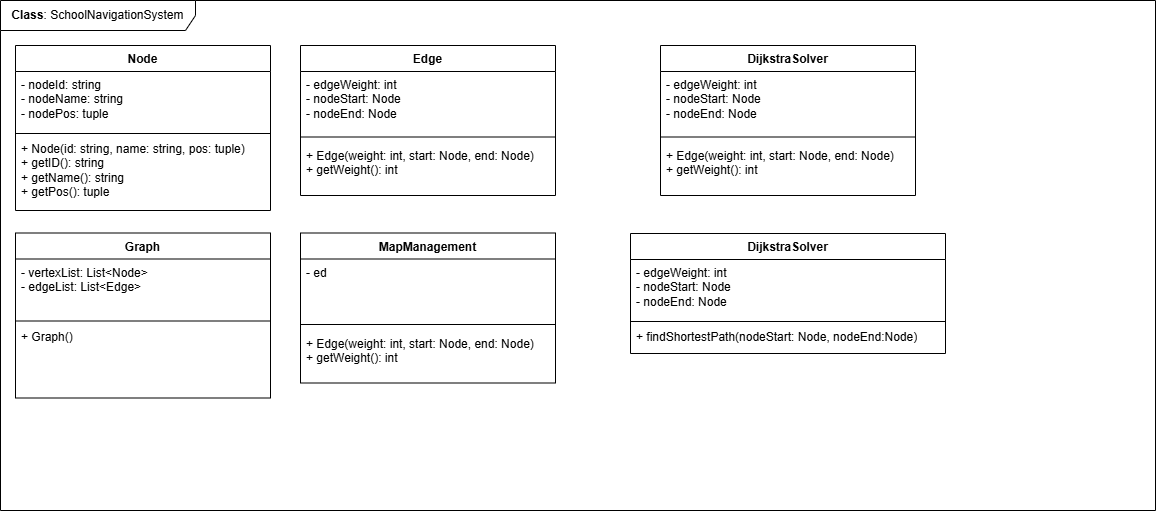
lamquydo/MI3060_baitapnhom22_Dijkstra keeps this draw.io diagram as diagram/CL-Class_Diagram.drawio.png. Above is the earlier version. Source tidied: cells renumbered, new cells last; positions are measured from the earlier drawing's top-left corner, leaving out a move shared by most shapes. The source it was exported from:
```xml
<mxGraphModel>
  <root>
    <mxCell id="0" />
    <mxCell id="1" parent="0" />
    <mxCell id="2" value="&lt;b&gt;Class&lt;/b&gt;: SchoolNavigationSystem" style="shape=umlFrame;whiteSpace=wrap;html=1;width=195;height=30;" parent="1" vertex="1">
      <mxGeometry width="1155" height="510" as="geometry" />
    </mxCell>
    <mxCell id="3" value="Node" style="swimlane;fontStyle=1;align=center;verticalAlign=top;horizontal=1;startSize=26;whiteSpace=wrap;html=1;" parent="1" vertex="1">
      <mxGeometry x="15" y="45" width="255" height="165" as="geometry" />
    </mxCell>
    <mxCell id="4" value="- nodeId: string&lt;div&gt;- nodeName: string&lt;/div&gt;&lt;div&gt;&lt;div&gt;- nodePos: tuple&lt;/div&gt;&lt;/div&gt;" style="text;strokeColor=none;fillColor=none;align=left;verticalAlign=top;spacingLeft=4;spacingRight=4;overflow=hidden;points=[[0,0.5],[1,0.5]];portConstraint=eastwest;whiteSpace=wrap;html=1;" parent="3" vertex="1">
      <mxGeometry y="26" width="255" height="60" as="geometry" />
    </mxCell>
    <mxCell id="5" style="line;strokeWidth=1;fillColor=none;align=left;verticalAlign=middle;spacingTop=-1;spacingLeft=3;spacingRight=3;labelPosition=right;strokeColor=inherit;" parent="3" vertex="1">
      <mxGeometry y="86" width="255" height="4" as="geometry" />
    </mxCell>
    <mxCell id="6" value="&lt;div&gt;+ Node(id: string, name: string, pos: tuple)&lt;/div&gt;&lt;div&gt;+ getID(): string&lt;/div&gt;+ getName(): string&lt;div&gt;+ getPos(): tuple&lt;/div&gt;" style="text;strokeColor=none;fillColor=none;align=left;verticalAlign=top;spacingLeft=4;spacingRight=4;overflow=hidden;points=[[0,0.5],[1,0.5]];portConstraint=eastwest;whiteSpace=wrap;html=1;" parent="3" vertex="1">
      <mxGeometry y="90" width="255" height="75" as="geometry" />
    </mxCell>
    <mxCell id="7" value="Edge" style="swimlane;fontStyle=1;align=center;verticalAlign=top;horizontal=1;startSize=26;whiteSpace=wrap;html=1;" parent="1" vertex="1">
      <mxGeometry x="300" y="45" width="255" height="150" as="geometry" />
    </mxCell>
    <mxCell id="8" value="- edgeWeight: int&amp;nbsp;&lt;div&gt;- nodeStart: Node&lt;/div&gt;&lt;div&gt;- nodeEnd: Node&lt;/div&gt;" style="text;strokeColor=none;fillColor=none;align=left;verticalAlign=top;spacingLeft=4;spacingRight=4;overflow=hidden;points=[[0,0.5],[1,0.5]];portConstraint=eastwest;whiteSpace=wrap;html=1;" parent="7" vertex="1">
      <mxGeometry y="26" width="255" height="60" as="geometry" />
    </mxCell>
    <mxCell id="9" style="line;strokeWidth=1;fillColor=none;align=left;verticalAlign=middle;spacingTop=-1;spacingLeft=3;spacingRight=3;labelPosition=right;strokeColor=inherit;" parent="7" vertex="1">
      <mxGeometry y="86" width="255" height="11" as="geometry" />
    </mxCell>
    <mxCell id="10" value="&lt;div&gt;+ Edge(weight: int, start: Node, end: Node)&lt;/div&gt;&lt;div&gt;+ getWeight(): int&lt;/div&gt;" style="text;strokeColor=none;fillColor=none;align=left;verticalAlign=top;spacingLeft=4;spacingRight=4;overflow=hidden;points=[[0,0.5],[1,0.5]];portConstraint=eastwest;whiteSpace=wrap;html=1;" parent="7" vertex="1">
      <mxGeometry y="97" width="255" height="53" as="geometry" />
    </mxCell>
    <mxCell id="11" value="Graph" style="swimlane;fontStyle=1;align=center;verticalAlign=top;horizontal=1;startSize=26;whiteSpace=wrap;html=1;" parent="1" vertex="1">
      <mxGeometry x="15" y="232.5" width="255" height="165" as="geometry" />
    </mxCell>
    <mxCell id="12" value="- vertexList: List&amp;lt;Node&amp;gt;&lt;div&gt;- edgeList: List&amp;lt;Edge&amp;gt;&lt;/div&gt;" style="text;strokeColor=none;fillColor=none;align=left;verticalAlign=top;spacingLeft=4;spacingRight=4;overflow=hidden;points=[[0,0.5],[1,0.5]];portConstraint=eastwest;whiteSpace=wrap;html=1;" parent="11" vertex="1">
      <mxGeometry y="26" width="255" height="60" as="geometry" />
    </mxCell>
    <mxCell id="13" style="line;strokeWidth=1;fillColor=none;align=left;verticalAlign=middle;spacingTop=-1;spacingLeft=3;spacingRight=3;labelPosition=right;strokeColor=inherit;" parent="11" vertex="1">
      <mxGeometry y="86" width="255" height="4" as="geometry" />
    </mxCell>
    <mxCell id="14" value="+ Graph()" style="text;strokeColor=none;fillColor=none;align=left;verticalAlign=top;spacingLeft=4;spacingRight=4;overflow=hidden;points=[[0,0.5],[1,0.5]];portConstraint=eastwest;whiteSpace=wrap;html=1;" parent="11" vertex="1">
      <mxGeometry y="90" width="255" height="75" as="geometry" />
    </mxCell>
    <mxCell id="15" value="DijkstraSolver" style="swimlane;fontStyle=1;align=center;verticalAlign=top;horizontal=1;startSize=26;whiteSpace=wrap;html=1;" parent="1" vertex="1">
      <mxGeometry x="660" y="45" width="255" height="150" as="geometry" />
    </mxCell>
    <mxCell id="16" value="- edgeWeight: int&amp;nbsp;&lt;div&gt;- nodeStart: Node&lt;/div&gt;&lt;div&gt;- nodeEnd: Node&lt;/div&gt;" style="text;strokeColor=none;fillColor=none;align=left;verticalAlign=top;spacingLeft=4;spacingRight=4;overflow=hidden;points=[[0,0.5],[1,0.5]];portConstraint=eastwest;whiteSpace=wrap;html=1;" parent="15" vertex="1">
      <mxGeometry y="26" width="255" height="60" as="geometry" />
    </mxCell>
    <mxCell id="17" style="line;strokeWidth=1;fillColor=none;align=left;verticalAlign=middle;spacingTop=-1;spacingLeft=3;spacingRight=3;labelPosition=right;strokeColor=inherit;" parent="15" vertex="1">
      <mxGeometry y="86" width="255" height="11" as="geometry" />
    </mxCell>
    <mxCell id="18" value="&lt;div&gt;+ Edge(weight: int, start: Node, end: Node)&lt;/div&gt;&lt;div&gt;+ getWeight(): int&lt;/div&gt;" style="text;strokeColor=none;fillColor=none;align=left;verticalAlign=top;spacingLeft=4;spacingRight=4;overflow=hidden;whiteSpace=wrap;html=1;" parent="15" vertex="1">
      <mxGeometry y="97" width="255" height="53" as="geometry" />
    </mxCell>
    <mxCell id="19" value="MapManagement" style="swimlane;fontStyle=1;align=center;verticalAlign=top;horizontal=1;startSize=26;whiteSpace=wrap;html=1;" parent="1" vertex="1">
      <mxGeometry x="300" y="232.5" width="255" height="150" as="geometry" />
    </mxCell>
    <mxCell id="20" value="- ed" style="text;strokeColor=none;fillColor=none;align=left;verticalAlign=top;spacingLeft=4;spacingRight=4;overflow=hidden;whiteSpace=wrap;html=1;" parent="19" vertex="1">
      <mxGeometry y="26" width="255" height="60" as="geometry" />
    </mxCell>
    <mxCell id="21" style="line;strokeWidth=1;fillColor=none;align=left;verticalAlign=middle;spacingTop=-1;spacingLeft=3;spacingRight=3;labelPosition=right;strokeColor=inherit;" parent="19" vertex="1">
      <mxGeometry y="86" width="255" height="11" as="geometry" />
    </mxCell>
    <mxCell id="22" value="&lt;div&gt;+ Edge(weight: int, start: Node, end: Node)&lt;/div&gt;&lt;div&gt;+ getWeight(): int&lt;/div&gt;" style="text;strokeColor=none;fillColor=none;align=left;verticalAlign=top;spacingLeft=4;spacingRight=4;overflow=hidden;whiteSpace=wrap;html=1;" parent="19" vertex="1">
      <mxGeometry y="97" width="255" height="53" as="geometry" />
    </mxCell>
    <mxCell id="23" value="DijkstraSolver" style="swimlane;fontStyle=1;align=center;verticalAlign=top;horizontal=1;startSize=26;whiteSpace=wrap;html=1;" parent="1" vertex="1">
      <mxGeometry x="630" y="233" width="315" height="120" as="geometry" />
    </mxCell>
    <mxCell id="24" value="- edgeWeight: int&amp;nbsp;&lt;div&gt;- nodeStart: Node&lt;/div&gt;&lt;div&gt;- nodeEnd: Node&lt;/div&gt;" style="text;strokeColor=none;fillColor=none;align=left;verticalAlign=top;spacingLeft=4;spacingRight=4;overflow=hidden;whiteSpace=wrap;html=1;" parent="23" vertex="1">
      <mxGeometry y="26" width="315" height="60" as="geometry" />
    </mxCell>
    <mxCell id="25" style="line;strokeWidth=1;fillColor=none;align=left;verticalAlign=middle;spacingTop=-1;spacingLeft=3;spacingRight=3;labelPosition=right;strokeColor=inherit;" parent="23" vertex="1">
      <mxGeometry y="86" width="315" height="4" as="geometry" />
    </mxCell>
    <mxCell id="26" value="+ findShortestPath(nodeStart: Node, nodeEnd:Node)&lt;div&gt;&amp;nbsp;&lt;/div&gt;" style="text;strokeColor=none;fillColor=none;align=left;verticalAlign=top;spacingLeft=4;spacingRight=4;overflow=hidden;whiteSpace=wrap;html=1;" parent="23" vertex="1">
      <mxGeometry y="90" width="315" height="30" as="geometry" />
    </mxCell>
  </root>
</mxGraphModel>
```
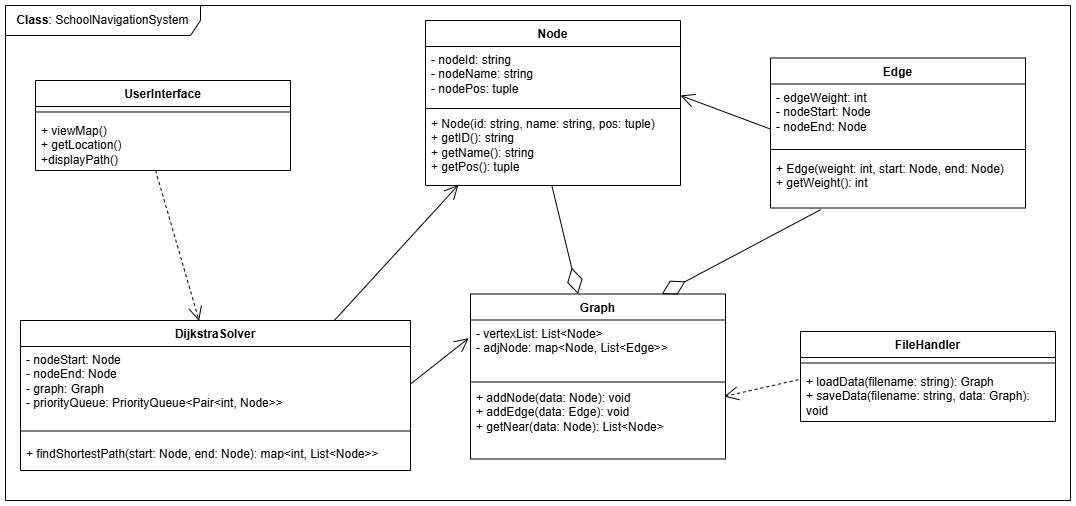
The same diagram one commit later.

Commit message:
update class diagram

The edit, as a diff of the source:
```diff
@@ -3,10 +3,10 @@
     <mxCell id="0" />
     <mxCell id="1" parent="0" />
     <mxCell id="2" value="&lt;b&gt;Class&lt;/b&gt;: SchoolNavigationSystem" style="shape=umlFrame;whiteSpace=wrap;html=1;width=195;height=30;" parent="1" vertex="1">
-      <mxGeometry width="1155" height="510" as="geometry" />
+      <mxGeometry x="-315" width="1065" height="495" as="geometry" />
     </mxCell>
     <mxCell id="3" value="Node" style="swimlane;fontStyle=1;align=center;verticalAlign=top;horizontal=1;startSize=26;whiteSpace=wrap;html=1;" parent="1" vertex="1">
-      <mxGeometry x="15" y="45" width="255" height="165" as="geometry" />
+      <mxGeometry x="105" y="15" width="255" height="165" as="geometry" />
     </mxCell>
     <mxCell id="4" value="- nodeId: string&lt;div&gt;- nodeName: string&lt;/div&gt;&lt;div&gt;&lt;div&gt;- nodePos: tuple&lt;/div&gt;&lt;/div&gt;" style="text;strokeColor=none;fillColor=none;align=left;verticalAlign=top;spacingLeft=4;spacingRight=4;overflow=hidden;points=[[0,0.5],[1,0.5]];portConstraint=eastwest;whiteSpace=wrap;html=1;" parent="3" vertex="1">
       <mxGeometry y="26" width="255" height="60" as="geometry" />
@@ -18,7 +18,7 @@
       <mxGeometry y="90" width="255" height="75" as="geometry" />
     </mxCell>
     <mxCell id="7" value="Edge" style="swimlane;fontStyle=1;align=center;verticalAlign=top;horizontal=1;startSize=26;whiteSpace=wrap;html=1;" parent="1" vertex="1">
-      <mxGeometry x="300" y="45" width="255" height="150" as="geometry" />
+      <mxGeometry x="450" y="52.5" width="255" height="150" as="geometry" />
     </mxCell>
     <mxCell id="8" value="- edgeWeight: int&amp;nbsp;&lt;div&gt;- nodeStart: Node&lt;/div&gt;&lt;div&gt;- nodeEnd: Node&lt;/div&gt;" style="text;strokeColor=none;fillColor=none;align=left;verticalAlign=top;spacingLeft=4;spacingRight=4;overflow=hidden;points=[[0,0.5],[1,0.5]];portConstraint=eastwest;whiteSpace=wrap;html=1;" parent="7" vertex="1">
       <mxGeometry y="26" width="255" height="60" as="geometry" />
@@ -30,52 +30,67 @@
       <mxGeometry y="97" width="255" height="53" as="geometry" />
     </mxCell>
     <mxCell id="11" value="Graph" style="swimlane;fontStyle=1;align=center;verticalAlign=top;horizontal=1;startSize=26;whiteSpace=wrap;html=1;" parent="1" vertex="1">
-      <mxGeometry x="15" y="232.5" width="255" height="165" as="geometry" />
+      <mxGeometry x="150" y="288.5" width="255" height="165" as="geometry" />
     </mxCell>
-    <mxCell id="12" value="- vertexList: List&amp;lt;Node&amp;gt;&lt;div&gt;- edgeList: List&amp;lt;Edge&amp;gt;&lt;/div&gt;" style="text;strokeColor=none;fillColor=none;align=left;verticalAlign=top;spacingLeft=4;spacingRight=4;overflow=hidden;points=[[0,0.5],[1,0.5]];portConstraint=eastwest;whiteSpace=wrap;html=1;" parent="11" vertex="1">
+    <mxCell id="12" value="- vertexList: List&amp;lt;Node&amp;gt;&lt;div&gt;- adjNode: map&amp;lt;Node, List&amp;lt;Edge&amp;gt;&amp;gt;&lt;/div&gt;" style="text;strokeColor=none;fillColor=none;align=left;verticalAlign=top;spacingLeft=4;spacingRight=4;overflow=hidden;points=[[0,0.5],[1,0.5]];portConstraint=eastwest;whiteSpace=wrap;html=1;" parent="11" vertex="1">
       <mxGeometry y="26" width="255" height="60" as="geometry" />
     </mxCell>
     <mxCell id="13" style="line;strokeWidth=1;fillColor=none;align=left;verticalAlign=middle;spacingTop=-1;spacingLeft=3;spacingRight=3;labelPosition=right;strokeColor=inherit;" parent="11" vertex="1">
       <mxGeometry y="86" width="255" height="4" as="geometry" />
     </mxCell>
-    <mxCell id="14" value="+ Graph()" style="text;strokeColor=none;fillColor=none;align=left;verticalAlign=top;spacingLeft=4;spacingRight=4;overflow=hidden;points=[[0,0.5],[1,0.5]];portConstraint=eastwest;whiteSpace=wrap;html=1;" parent="11" vertex="1">
+    <mxCell id="14" value="+ addNode(data: Node): void&lt;div&gt;+ addEdge(data: Edge): void&lt;/div&gt;&lt;div&gt;&lt;span style=&quot;background-color: transparent; color: light-dark(rgb(0, 0, 0), rgb(255, 255, 255));&quot;&gt;+ getNear(data: Node): List&amp;lt;Node&amp;gt;&amp;nbsp;&lt;/span&gt;&lt;/div&gt;" style="text;strokeColor=none;fillColor=none;align=left;verticalAlign=top;spacingLeft=4;spacingRight=4;overflow=hidden;points=[[0,0.5],[1,0.5]];portConstraint=eastwest;whiteSpace=wrap;html=1;" parent="11" vertex="1">
       <mxGeometry y="90" width="255" height="75" as="geometry" />
     </mxCell>
     <mxCell id="15" value="DijkstraSolver" style="swimlane;fontStyle=1;align=center;verticalAlign=top;horizontal=1;startSize=26;whiteSpace=wrap;html=1;" parent="1" vertex="1">
-      <mxGeometry x="660" y="45" width="255" height="150" as="geometry" />
+      <mxGeometry x="-300" y="315" width="390" height="150" as="geometry" />
     </mxCell>
-    <mxCell id="16" value="- edgeWeight: int&amp;nbsp;&lt;div&gt;- nodeStart: Node&lt;/div&gt;&lt;div&gt;- nodeEnd: Node&lt;/div&gt;" style="text;strokeColor=none;fillColor=none;align=left;verticalAlign=top;spacingLeft=4;spacingRight=4;overflow=hidden;points=[[0,0.5],[1,0.5]];portConstraint=eastwest;whiteSpace=wrap;html=1;" parent="15" vertex="1">
-      <mxGeometry y="26" width="255" height="60" as="geometry" />
+    <mxCell id="16" value="&lt;div&gt;- nodeStart: Node&lt;/div&gt;&lt;div&gt;- nodeEnd: Node&lt;/div&gt;&lt;div&gt;- graph: Graph&lt;/div&gt;&lt;div&gt;- priorityQueue: PriorityQueue&amp;lt;Pair&amp;lt;int, Node&amp;gt;&amp;gt;&lt;/div&gt;" style="text;strokeColor=none;fillColor=none;align=left;verticalAlign=top;spacingLeft=4;spacingRight=4;overflow=hidden;points=[[0,0.5],[1,0.5]];portConstraint=eastwest;whiteSpace=wrap;html=1;" parent="15" vertex="1">
+      <mxGeometry y="26" width="390" height="75" as="geometry" />
     </mxCell>
     <mxCell id="17" style="line;strokeWidth=1;fillColor=none;align=left;verticalAlign=middle;spacingTop=-1;spacingLeft=3;spacingRight=3;labelPosition=right;strokeColor=inherit;" parent="15" vertex="1">
-      <mxGeometry y="86" width="255" height="11" as="geometry" />
+      <mxGeometry y="101" width="390" height="19" as="geometry" />
     </mxCell>
-    <mxCell id="18" value="&lt;div&gt;+ Edge(weight: int, start: Node, end: Node)&lt;/div&gt;&lt;div&gt;+ getWeight(): int&lt;/div&gt;" style="text;strokeColor=none;fillColor=none;align=left;verticalAlign=top;spacingLeft=4;spacingRight=4;overflow=hidden;whiteSpace=wrap;html=1;" parent="15" vertex="1">
-      <mxGeometry y="97" width="255" height="53" as="geometry" />
+    <mxCell id="18" value="+ findShortestPath(start: Node, end: Node): map&amp;lt;int, List&amp;lt;Node&amp;gt;&amp;gt;" style="text;strokeColor=none;fillColor=none;align=left;verticalAlign=top;spacingLeft=4;spacingRight=4;overflow=hidden;whiteSpace=wrap;html=1;" parent="15" vertex="1">
+      <mxGeometry y="120" width="390" height="30" as="geometry" />
     </mxCell>
-    <mxCell id="19" value="MapManagement" style="swimlane;fontStyle=1;align=center;verticalAlign=top;horizontal=1;startSize=26;whiteSpace=wrap;html=1;" parent="1" vertex="1">
-      <mxGeometry x="300" y="232.5" width="255" height="150" as="geometry" />
-    </mxCell>
-    <mxCell id="20" value="- ed" style="text;strokeColor=none;fillColor=none;align=left;verticalAlign=top;spacingLeft=4;spacingRight=4;overflow=hidden;whiteSpace=wrap;html=1;" parent="19" vertex="1">
-      <mxGeometry y="26" width="255" height="60" as="geometry" />
-    </mxCell>
-    <mxCell id="21" style="line;strokeWidth=1;fillColor=none;align=left;verticalAlign=middle;spacingTop=-1;spacingLeft=3;spacingRight=3;labelPosition=right;strokeColor=inherit;" parent="19" vertex="1">
-      <mxGeometry y="86" width="255" height="11" as="geometry" />
-    </mxCell>
-    <mxCell id="22" value="&lt;div&gt;+ Edge(weight: int, start: Node, end: Node)&lt;/div&gt;&lt;div&gt;+ getWeight(): int&lt;/div&gt;" style="text;strokeColor=none;fillColor=none;align=left;verticalAlign=top;spacingLeft=4;spacingRight=4;overflow=hidden;whiteSpace=wrap;html=1;" parent="19" vertex="1">
-      <mxGeometry y="97" width="255" height="53" as="geometry" />
-    </mxCell>
-    <mxCell id="23" value="DijkstraSolver" style="swimlane;fontStyle=1;align=center;verticalAlign=top;horizontal=1;startSize=26;whiteSpace=wrap;html=1;" parent="1" vertex="1">
-      <mxGeometry x="630" y="233" width="315" height="120" as="geometry" />
-    </mxCell>
-    <mxCell id="24" value="- edgeWeight: int&amp;nbsp;&lt;div&gt;- nodeStart: Node&lt;/div&gt;&lt;div&gt;- nodeEnd: Node&lt;/div&gt;" style="text;strokeColor=none;fillColor=none;align=left;verticalAlign=top;spacingLeft=4;spacingRight=4;overflow=hidden;whiteSpace=wrap;html=1;" parent="23" vertex="1">
-      <mxGeometry y="26" width="315" height="60" as="geometry" />
-    </mxCell>
-    <mxCell id="25" style="line;strokeWidth=1;fillColor=none;align=left;verticalAlign=middle;spacingTop=-1;spacingLeft=3;spacingRight=3;labelPosition=right;strokeColor=inherit;" parent="23" vertex="1">
-      <mxGeometry y="86" width="315" height="4" as="geometry" />
-    </mxCell>
-    <mxCell id="26" value="+ findShortestPath(nodeStart: Node, nodeEnd:Node)&lt;div&gt;&amp;nbsp;&lt;/div&gt;" style="text;strokeColor=none;fillColor=none;align=left;verticalAlign=top;spacingLeft=4;spacingRight=4;overflow=hidden;whiteSpace=wrap;html=1;" parent="23" vertex="1">
-      <mxGeometry y="90" width="315" height="30" as="geometry" />
-    </mxCell>
+    <mxCell id="27" style="endArrow=diamondThin;endFill=0;endSize=24;html=1;rounded=0;exitX=0.496;exitY=1.009;exitDx=0;exitDy=0;exitPerimeter=0;" parent="1" edge="1" source="6" target="11">
+      <mxGeometry relative="1" as="geometry" />
+    </mxCell>
+    <mxCell id="28" style="endArrow=diamondThin;endFill=0;endSize=24;html=1;rounded=0;exitX=0.197;exitY=1.031;exitDx=0;exitDy=0;exitPerimeter=0;entryX=0.75;entryY=0;entryDx=0;entryDy=0;" parent="1" edge="1" source="10" target="11">
+      <mxGeometry relative="1" as="geometry" />
+    </mxCell>
+    <mxCell id="29" style="endArrow=open;endSize=12;html=1;rounded=0;entryX=-0.007;entryY=0.303;entryDx=0;entryDy=0;entryPerimeter=0;exitX=1;exitY=0.5;exitDx=0;exitDy=0;endFill=0;" parent="1" edge="1" source="16" target="12">
+      <mxGeometry relative="1" as="geometry" />
+    </mxCell>
+    <mxCell id="30" value="UserInterface" style="swimlane;fontStyle=1;align=center;verticalAlign=top;horizontal=1;startSize=26;whiteSpace=wrap;html=1;" parent="1" vertex="1">
+      <mxGeometry x="-285" y="75" width="255" height="90" as="geometry" />
+    </mxCell>
+    <mxCell id="31" style="line;strokeWidth=1;fillColor=none;align=left;verticalAlign=middle;spacingTop=-1;spacingLeft=3;spacingRight=3;labelPosition=right;strokeColor=inherit;" parent="30" vertex="1">
+      <mxGeometry y="26" width="255" height="11" as="geometry" />
+    </mxCell>
+    <mxCell id="32" value="+ viewMap()&lt;div&gt;+ getLocation()&lt;/div&gt;&lt;div&gt;+displayPath()&lt;/div&gt;" style="text;strokeColor=none;fillColor=none;align=left;verticalAlign=top;spacingLeft=4;spacingRight=4;overflow=hidden;points=[[0,0.5],[1,0.5]];portConstraint=eastwest;whiteSpace=wrap;html=1;" parent="30" vertex="1">
+      <mxGeometry y="37" width="255" height="53" as="geometry" />
+    </mxCell>
+    <mxCell id="33" style="endArrow=open;dashed=1;endFill=0;endSize=12;html=1;rounded=0;exitX=0.471;exitY=1;exitDx=0;exitDy=0;exitPerimeter=0;entryX=0.458;entryY=0.002;entryDx=0;entryDy=0;entryPerimeter=0;" parent="1" edge="1" source="32" target="15">
+      <mxGeometry relative="1" as="geometry" />
+    </mxCell>
+    <mxCell id="34" style="endArrow=open;endSize=12;html=1;rounded=0;entryX=1;entryY=0.817;entryDx=0;entryDy=0;entryPerimeter=0;exitX=-0.003;exitY=0.747;exitDx=0;exitDy=0;exitPerimeter=0;endFill=0;startArrow=none;startFill=0;" parent="1" edge="1" source="8" target="4">
+      <mxGeometry x="0.14" y="2" relative="1" as="geometry" />
+    </mxCell>
+    <mxCell id="35" value="FileHandler" style="swimlane;fontStyle=1;align=center;verticalAlign=top;horizontal=1;startSize=26;whiteSpace=wrap;html=1;" parent="1" vertex="1">
+      <mxGeometry x="480" y="326" width="255" height="90" as="geometry" />
+    </mxCell>
+    <mxCell id="36" style="line;strokeWidth=1;fillColor=none;align=left;verticalAlign=middle;spacingTop=-1;spacingLeft=3;spacingRight=3;labelPosition=right;strokeColor=inherit;" parent="35" vertex="1">
+      <mxGeometry y="26" width="255" height="11" as="geometry" />
+    </mxCell>
+    <mxCell id="37" value="+ loadData(filename: string): Graph&lt;div&gt;+ saveData(filename: string, data: Graph): void&lt;/div&gt;" style="text;strokeColor=none;fillColor=none;align=left;verticalAlign=top;spacingLeft=4;spacingRight=4;overflow=hidden;points=[[0,0.5],[1,0.5]];portConstraint=eastwest;whiteSpace=wrap;html=1;" parent="35" vertex="1">
+      <mxGeometry y="37" width="255" height="53" as="geometry" />
+    </mxCell>
+    <mxCell id="38" style="endArrow=open;dashed=1;endFill=0;endSize=12;html=1;rounded=0;exitX=-0.008;exitY=0.211;exitDx=0;exitDy=0;exitPerimeter=0;entryX=0.995;entryY=0.167;entryDx=0;entryDy=0;entryPerimeter=0;" parent="1" edge="1" source="37" target="14">
+      <mxGeometry relative="1" as="geometry" />
+    </mxCell>
+    <mxCell id="39" style="endArrow=open;endSize=12;html=1;rounded=0;entryX=0.129;entryY=0.993;entryDx=0;entryDy=0;entryPerimeter=0;exitX=0.805;exitY=-0.001;exitDx=0;exitDy=0;endFill=0;exitPerimeter=0;" parent="1" edge="1" source="15" target="6">
+      <mxGeometry relative="1" as="geometry" />
+    </mxCell>
   </root>
 </mxGraphModel>
```
